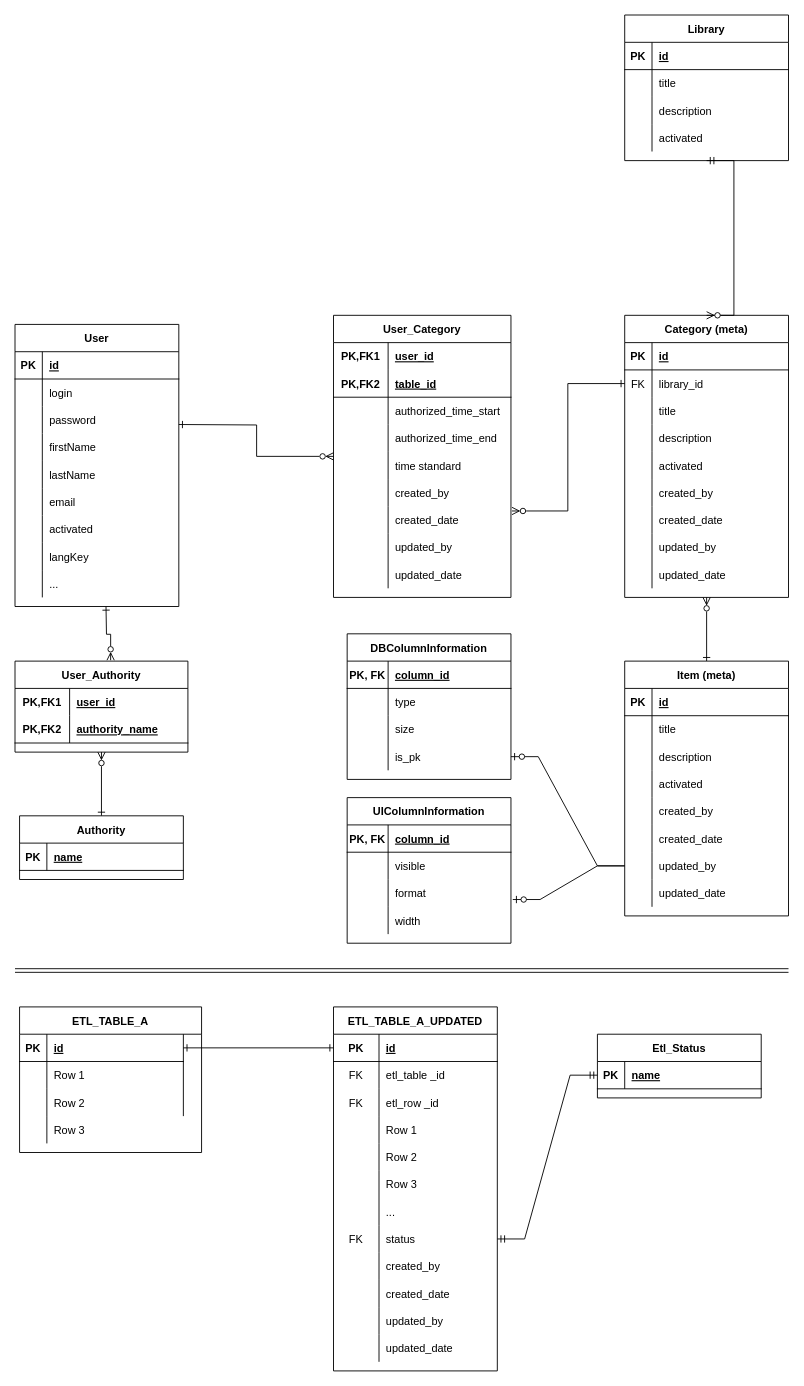
This is document/erd.drawio from hsquare-analytics/cancer-library, a draw.io file, before an edit. Source tidied: cells renumbered, new cells numbered last; positions are measured from the earlier drawing's top-left corner, leaving out a move shared by most shapes. Both pictures are drawn from the tidied source at 91%, with x=0, y=0 at pixel (15, 15).
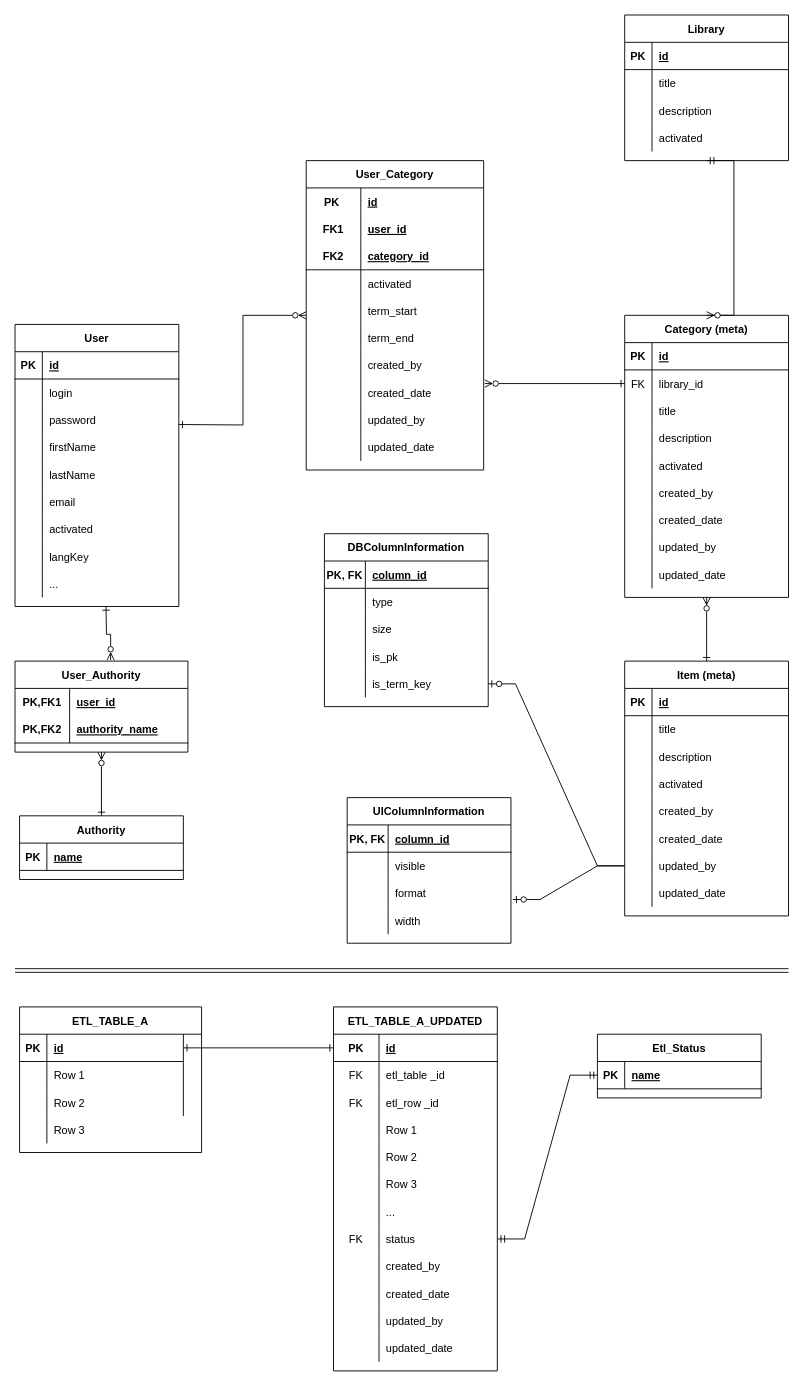
The same page after the edit.

Unchanged cells that the change refers to:
```xml
<mxCell id="93" style="shape=tableRow;horizontal=0;startSize=0;swimlaneHead=0;swimlaneBody=0;fillColor=none;top=0;left=0;right=0;bottom=0;" parent="92" vertex="1">
  <mxGeometry y="30" width="195" height="30" as="geometry" />
</mxCell>
```

What changed in the source:
```diff
@@
     <mxCell id="92" value="User_Category" style="shape=table;startSize=30;childLayout=tableLayout;rowLines=0;fontStyle=1;align=center;" parent="1" vertex="1">
-      <mxGeometry x="350" y="330" width="195" height="310" as="geometry" />
+      <mxGeometry x="320" y="160" width="195" height="340" as="geometry" />
     </mxCell>
@@
-    <mxCell id="94" value="PK,FK1" style="shape=partialRectangle;fillColor=none;top=0;left=0;bottom=0;right=0;fontStyle=1;overflow=hidden;" parent="93" vertex="1">
+    <mxCell id="94" value="PK " style="shape=partialRectangle;fillColor=none;top=0;left=0;bottom=0;right=0;fontStyle=1;overflow=hidden;" parent="93" vertex="1">
       <mxGeometry width="60" height="30" as="geometry" />
     </mxCell>
-    <mxCell id="95" value="user_id" style="shape=partialRectangle;fillColor=none;top=0;left=0;bottom=0;right=0;align=left;spacingLeft=6;fontStyle=5;overflow=hidden;" parent="93" vertex="1">
+    <mxCell id="95" value="id" style="shape=partialRectangle;fillColor=none;top=0;left=0;bottom=0;right=0;align=left;spacingLeft=6;fontStyle=5;overflow=hidden;" parent="93" vertex="1">
       <mxGeometry x="60" width="135" height="30" as="geometry" />
     </mxCell>
+    <mxCell id="227" style="shape=tableRow;horizontal=0;startSize=0;swimlaneHead=0;swimlaneBody=0;fillColor=none;top=0;left=0;right=0;bottom=0;" parent="92" vertex="1">
+      <mxGeometry y="60" width="195" height="30" as="geometry" />
+    </mxCell>
+    <mxCell id="228" value="FK1" style="shape=partialRectangle;fillColor=none;top=0;left=0;bottom=0;right=0;fontStyle=1;overflow=hidden;" parent="227" vertex="1">
+      <mxGeometry width="60" height="30" as="geometry" />
+    </mxCell>
+    <mxCell id="229" value="user_id" style="shape=partialRectangle;fillColor=none;top=0;left=0;bottom=0;right=0;align=left;spacingLeft=6;fontStyle=5;overflow=hidden;" parent="227" vertex="1">
+      <mxGeometry x="60" width="135" height="30" as="geometry" />
+    </mxCell>
     <mxCell id="96" style="shape=tableRow;horizontal=0;startSize=0;swimlaneHead=0;swimlaneBody=0;fillColor=none;top=0;left=0;right=0;bottom=1;" parent="92" vertex="1">
-      <mxGeometry y="60" width="195" height="30" as="geometry" />
+      <mxGeometry y="90" width="195" height="30" as="geometry" />
     </mxCell>
-    <mxCell id="97" value="PK,FK2" style="shape=partialRectangle;fillColor=none;top=0;left=0;bottom=0;right=0;fontStyle=1;overflow=hidden;" parent="96" vertex="1">
+    <mxCell id="97" value="FK2" style="shape=partialRectangle;fillColor=none;top=0;left=0;bottom=0;right=0;fontStyle=1;overflow=hidden;" parent="96" vertex="1">
       <mxGeometry width="60" height="30" as="geometry" />
     </mxCell>
-    <mxCell id="98" value="table_id" style="shape=partialRectangle;fillColor=none;top=0;left=0;bottom=0;right=0;align=left;spacingLeft=6;fontStyle=5;overflow=hidden;" parent="96" vertex="1">
+    <mxCell id="98" value="category_id" style="shape=partialRectangle;fillColor=none;top=0;left=0;bottom=0;right=0;align=left;spacingLeft=6;fontStyle=5;overflow=hidden;" parent="96" vertex="1">
       <mxGeometry x="60" width="135" height="30" as="geometry" />
     </mxCell>
+    <mxCell id="230" style="shape=tableRow;horizontal=0;startSize=0;swimlaneHead=0;swimlaneBody=0;fillColor=none;top=0;left=0;right=0;bottom=0;" parent="92" vertex="1">
+      <mxGeometry y="120" width="195" height="30" as="geometry" />
+    </mxCell>
+    <mxCell id="106" style="shape=partialRectangle;fillColor=none;top=0;left=0;bottom=0;right=0;overflow=hidden;" parent="230" vertex="1">
+      <mxGeometry width="60" height="30" as="geometry" />
+    </mxCell>
+    <mxCell id="231" value="activated" style="shape=partialRectangle;fillColor=none;top=0;left=0;bottom=0;right=0;align=left;spacingLeft=6;overflow=hidden;" parent="230" vertex="1">
+      <mxGeometry x="60" width="135" height="30" as="geometry" />
+    </mxCell>
     <mxCell id="99" style="shape=tableRow;horizontal=0;startSize=0;swimlaneHead=0;swimlaneBody=0;fillColor=none;top=0;left=0;right=0;bottom=0;" parent="92" vertex="1">
-      <mxGeometry y="90" width="195" height="30" as="geometry" />
+      <mxGeometry y="150" width="195" height="30" as="geometry" />
     </mxCell>
@@
-    <mxCell id="101" value="authorized_time_start" style="shape=partialRectangle;fillColor=none;top=0;left=0;bottom=0;right=0;align=left;spacingLeft=6;overflow=hidden;" parent="99" vertex="1">
+    <mxCell id="101" value="term_start" style="shape=partialRectangle;fillColor=none;top=0;left=0;bottom=0;right=0;align=left;spacingLeft=6;overflow=hidden;" parent="99" vertex="1">
       <mxGeometry x="60" width="135" height="30" as="geometry" />
     </mxCell>
     <mxCell id="102" style="shape=tableRow;horizontal=0;startSize=0;swimlaneHead=0;swimlaneBody=0;fillColor=none;top=0;left=0;right=0;bottom=0;" parent="92" vertex="1">
-      <mxGeometry y="120" width="195" height="30" as="geometry" />
+      <mxGeometry y="180" width="195" height="30" as="geometry" />
     </mxCell>
@@
-    <mxCell id="104" value="authorized_time_end" style="shape=partialRectangle;fillColor=none;top=0;left=0;bottom=0;right=0;align=left;spacingLeft=6;overflow=hidden;" parent="102" vertex="1">
+    <mxCell id="104" value="term_end" style="shape=partialRectangle;fillColor=none;top=0;left=0;bottom=0;right=0;align=left;spacingLeft=6;overflow=hidden;" parent="102" vertex="1">
       <mxGeometry x="60" width="135" height="30" as="geometry" />
     </mxCell>
-    <mxCell id="105" style="shape=tableRow;horizontal=0;startSize=0;swimlaneHead=0;swimlaneBody=0;fillColor=none;top=0;left=0;right=0;bottom=0;" parent="92" vertex="1">
-      <mxGeometry y="150" width="195" height="30" as="geometry" />
-    </mxCell>
-    <mxCell id="106" style="shape=partialRectangle;fillColor=none;top=0;left=0;bottom=0;right=0;overflow=hidden;" parent="105" vertex="1">
-      <mxGeometry width="60" height="30" as="geometry" />
-    </mxCell>
-    <mxCell id="107" value="time standard" style="shape=partialRectangle;fillColor=none;top=0;left=0;bottom=0;right=0;align=left;spacingLeft=6;overflow=hidden;" parent="105" vertex="1">
-      <mxGeometry x="60" width="135" height="30" as="geometry" />
-    </mxCell>
     <mxCell id="108" style="shape=tableRow;horizontal=0;startSize=0;swimlaneHead=0;swimlaneBody=0;fillColor=none;top=0;left=0;right=0;bottom=0;" parent="92" vertex="1">
-      <mxGeometry y="180" width="195" height="30" as="geometry" />
+      <mxGeometry y="210" width="195" height="30" as="geometry" />
     </mxCell>
@@
     <mxCell id="111" style="shape=tableRow;horizontal=0;startSize=0;swimlaneHead=0;swimlaneBody=0;fillColor=none;points=[[0,0.5],[1,0.5]];portConstraint=eastwest;top=0;left=0;right=0;bottom=0;" parent="92" vertex="1">
-      <mxGeometry y="210" width="195" height="30" as="geometry" />
+      <mxGeometry y="240" width="195" height="30" as="geometry" />
     </mxCell>
@@
     <mxCell id="114" style="shape=tableRow;horizontal=0;startSize=0;swimlaneHead=0;swimlaneBody=0;fillColor=none;top=0;left=0;right=0;bottom=0;" parent="92" vertex="1">
-      <mxGeometry y="240" width="195" height="30" as="geometry" />
+      <mxGeometry y="270" width="195" height="30" as="geometry" />
     </mxCell>
@@
     <mxCell id="117" style="shape=tableRow;horizontal=0;startSize=0;swimlaneHead=0;swimlaneBody=0;fillColor=none;top=0;left=0;right=0;bottom=0;" parent="92" vertex="1">
-      <mxGeometry y="270" width="195" height="30" as="geometry" />
+      <mxGeometry y="300" width="195" height="30" as="geometry" />
     </mxCell>
@@
     <mxCell id="184" value="DBColumnInformation" style="shape=table;startSize=30;childLayout=tableLayout;rowLines=0;fontStyle=1;align=center;fillColor=none;" parent="1" vertex="1">
-      <mxGeometry x="365" y="680" width="180" height="160" as="geometry" />
+      <mxGeometry x="340" y="570" width="180" height="190" as="geometry" />
     </mxCell>
@@
+    <mxCell id="232" style="shape=tableRow;horizontal=0;startSize=0;swimlaneHead=0;swimlaneBody=0;fillColor=none;top=0;left=0;right=0;bottom=0;" parent="184" vertex="1">
+      <mxGeometry y="120" width="180" height="30" as="geometry" />
+    </mxCell>
+    <mxCell id="233" style="shape=partialRectangle;fillColor=none;top=0;left=0;bottom=0;right=0;overflow=hidden;" parent="232" vertex="1">
+      <mxGeometry width="45" height="30" as="geometry" />
+    </mxCell>
+    <mxCell id="234" value="is_pk" style="shape=partialRectangle;fillColor=none;top=0;left=0;bottom=0;right=0;align=left;spacingLeft=6;overflow=hidden;" parent="232" vertex="1">
+      <mxGeometry x="45" width="135" height="30" as="geometry" />
+    </mxCell>
     <mxCell id="194" style="shape=tableRow;horizontal=0;startSize=0;swimlaneHead=0;swimlaneBody=0;fillColor=none;points=[[0,0.5],[1,0.5]];portConstraint=eastwest;top=0;left=0;right=0;bottom=0;" parent="184" vertex="1">
-      <mxGeometry y="120" width="180" height="30" as="geometry" />
+      <mxGeometry y="150" width="180" height="30" as="geometry" />
     </mxCell>
@@
-    <mxCell id="196" value="is_pk" style="shape=partialRectangle;fillColor=none;top=0;left=0;bottom=0;right=0;align=left;spacingLeft=6;overflow=hidden;" parent="194" vertex="1">
+    <mxCell id="196" value="is_term_key" style="shape=partialRectangle;fillColor=none;top=0;left=0;bottom=0;right=0;align=left;spacingLeft=6;overflow=hidden;" parent="194" vertex="1">
       <mxGeometry x="45" width="135" height="30" as="geometry" />
     </mxCell>
```
